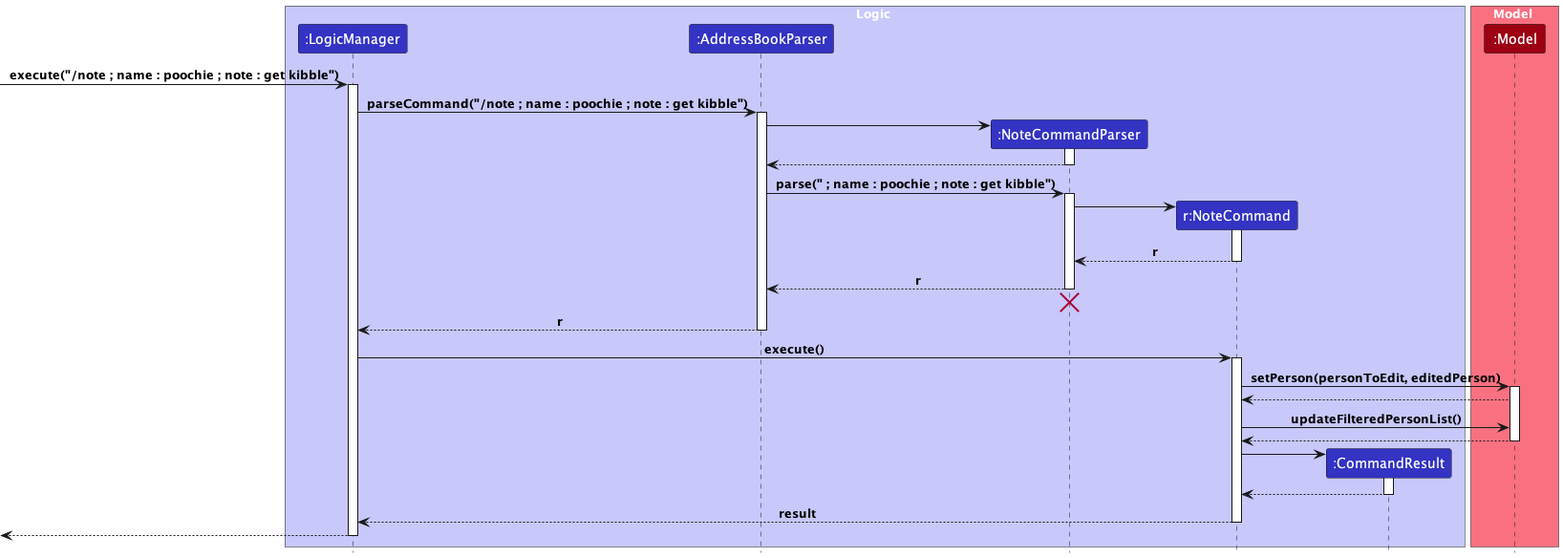
Above: docs/images/NoteCommandSequenceDiagram.png in yleeyilin/tp (PlantUML), before the change.
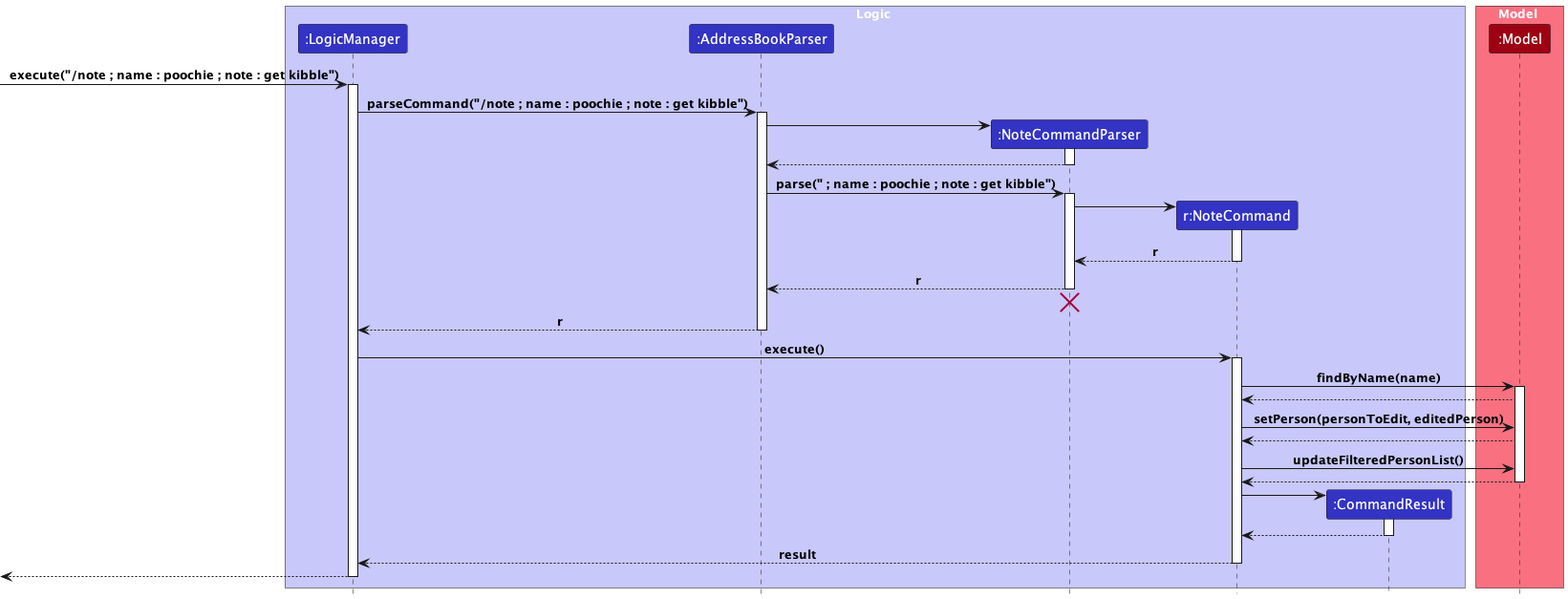
After the change.

Diff of the diagram source:
```diff
@@ -47,8 +47,12 @@
 LogicManager -> NoteCommand : execute()
 activate NoteCommand
 
+NoteCommand -> Model : findByName(name)
+activate Model
+Model --> NoteCommand
+
 NoteCommand -> Model : setPerson(personToEdit, editedPerson)
-activate Model
+
 
 Model --> NoteCommand
 
```
